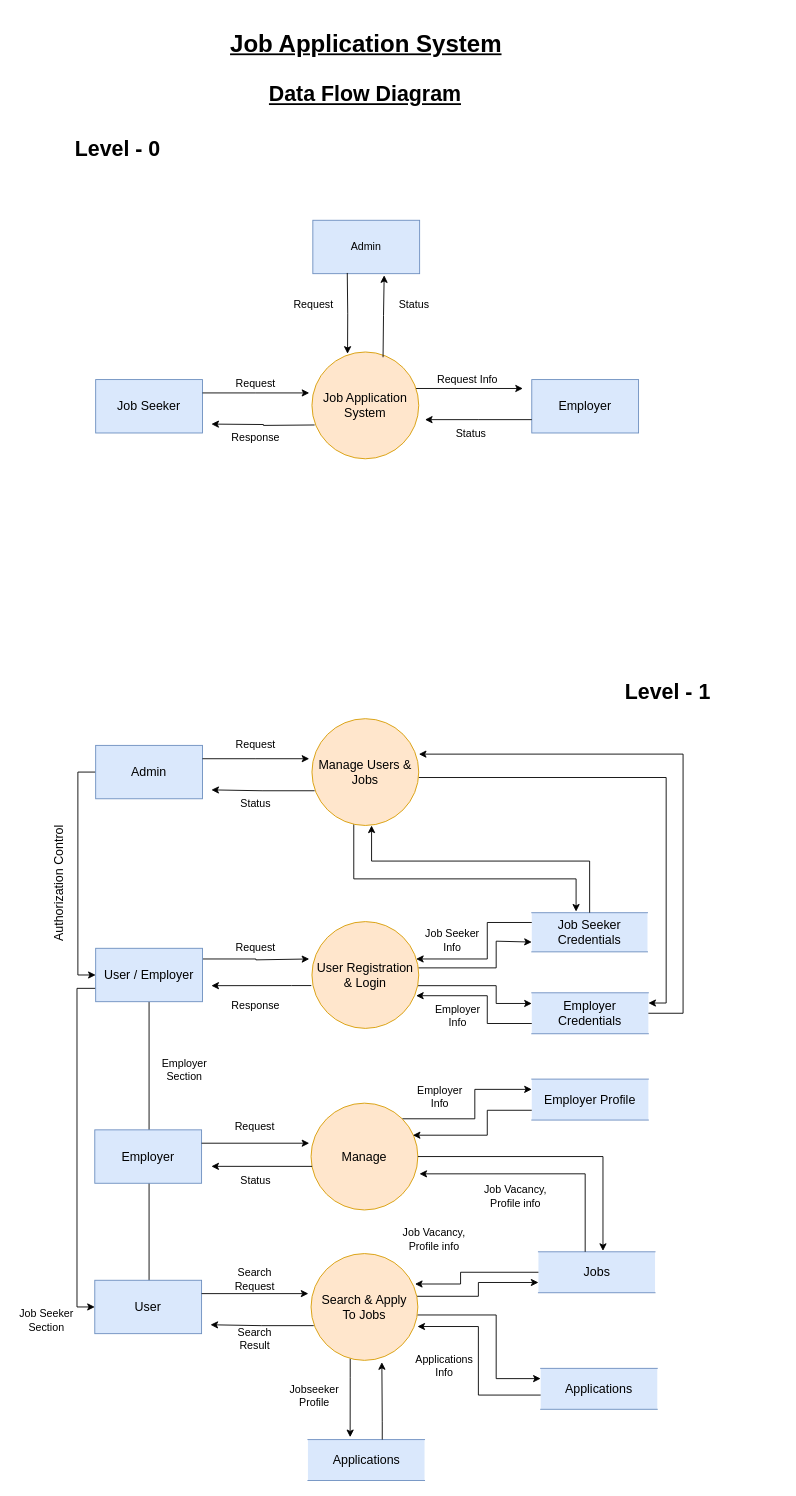
Earlier version of the draw.io diagram page "DFD" (1 of 2) of Job Management System.drawio (ramancodes/Diagrams). Source tidied: cells renumbered, new cells numbered last; positions are measured from the earlier drawing's top-left corner, leaving out a move shared by most shapes. Both pictures are drawn from the tidied source at 89%, with x=0, y=0 at pixel (-4, 24).
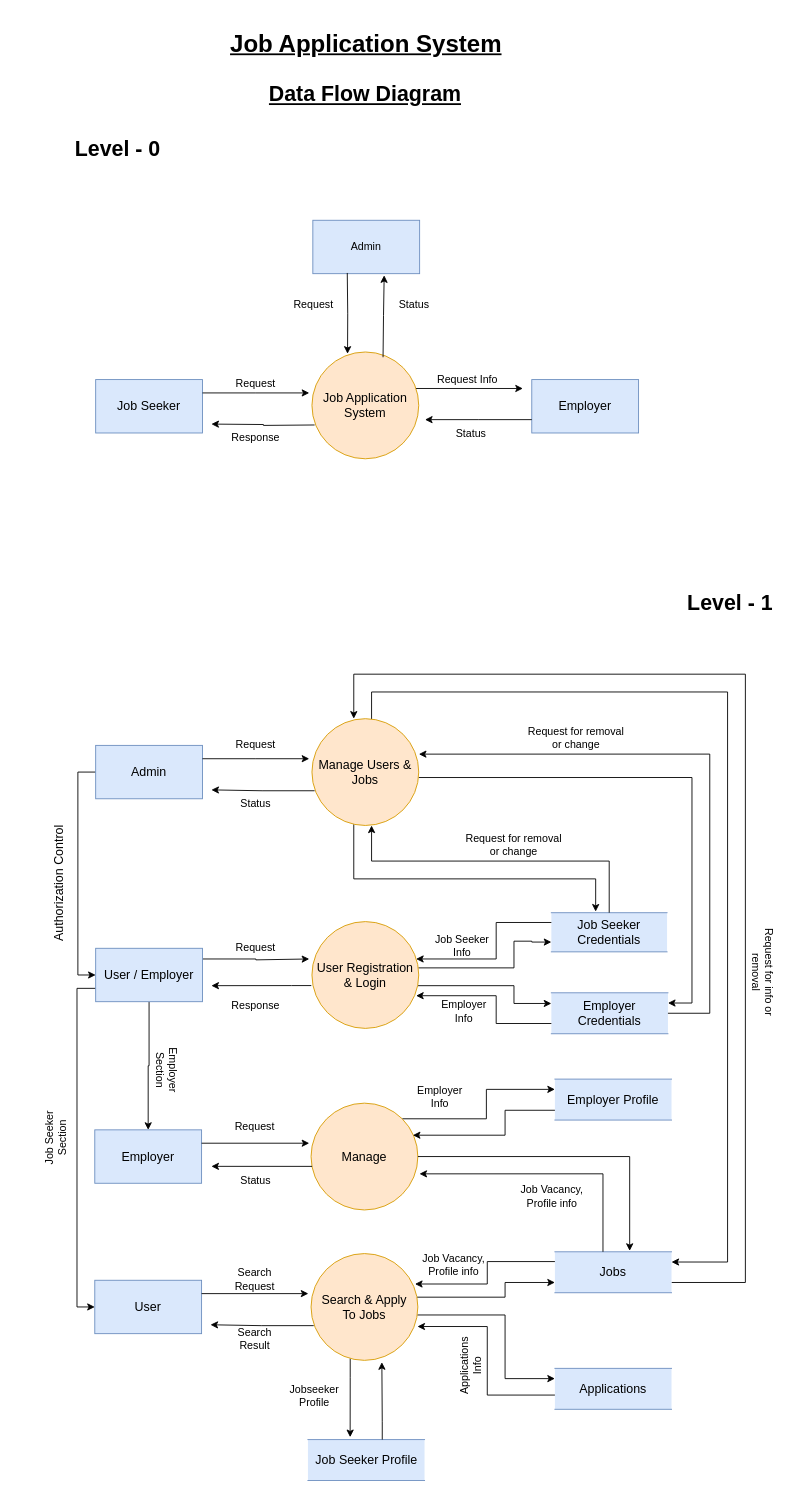
After the change.

The change refers to these unchanged cells:
```xml
<mxCell id="20" value="&lt;span style=&quot;font-size: 14px;&quot;&gt;User / Employer&lt;/span&gt;" style="rounded=0;whiteSpace=wrap;html=1;fillColor=#dae8fc;strokeColor=#6c8ebf;" parent="1" vertex="1">
  <mxGeometry x="111" y="1038" width="120" height="60" as="geometry" />
</mxCell>
<mxCell id="24" value="&lt;span style=&quot;font-size: 14px;&quot;&gt;User Registration &amp;amp; Login&lt;/span&gt;" style="ellipse;whiteSpace=wrap;html=1;fillColor=#ffe6cc;strokeColor=#d79b00;" parent="1" vertex="1">
  <mxGeometry x="354" y="1008" width="120" height="120" as="geometry" />
</mxCell>
<mxCell id="33" value="&lt;span style=&quot;font-size: 14px;&quot;&gt;Search &amp;amp; Apply &lt;br&gt;To Jobs&lt;/span&gt;" style="ellipse;whiteSpace=wrap;html=1;fillColor=#ffe6cc;strokeColor=#d79b00;" parent="1" vertex="1">
  <mxGeometry x="353" y="1381" width="120" height="120" as="geometry" />
</mxCell>
<mxCell id="44" value="&lt;span style=&quot;font-size: 14px;&quot;&gt;Manage Users &amp;amp; Jobs&lt;/span&gt;" style="ellipse;whiteSpace=wrap;html=1;fillColor=#ffe6cc;strokeColor=#d79b00;" parent="1" vertex="1">
  <mxGeometry x="354" y="780" width="120" height="120" as="geometry" />
</mxCell>
<mxCell id="54" value="&lt;span style=&quot;font-size: 14px;&quot;&gt;Employer&lt;/span&gt;" style="rounded=0;whiteSpace=wrap;html=1;fillColor=#dae8fc;strokeColor=#6c8ebf;" parent="1" vertex="1">
  <mxGeometry x="110" y="1242" width="120" height="60" as="geometry" />
</mxCell>
<mxCell id="56" value="&lt;span style=&quot;font-size: 14px;&quot;&gt;Manage&lt;/span&gt;" style="ellipse;whiteSpace=wrap;html=1;fillColor=#ffe6cc;strokeColor=#d79b00;" parent="1" vertex="1">
  <mxGeometry x="353" y="1212" width="120" height="120" as="geometry" />
</mxCell>
```

The edit, as a diff of the source:
```diff
@@
     <mxCell id="16" value="&lt;h1&gt;Level - 1&lt;/h1&gt;" style="text;html=1;strokeColor=none;fillColor=none;spacing=5;spacingTop=-20;whiteSpace=wrap;overflow=hidden;rounded=0;" parent="1" vertex="1">
-      <mxGeometry x="701" y="730" width="110" height="40" as="geometry" />
+      <mxGeometry x="771" y="630" width="110" height="40" as="geometry" />
     </mxCell>
-    <mxCell id="17" style="edgeStyle=orthogonalEdgeStyle;rounded=0;jettySize=auto;html=1;exitX=0.5;exitY=1;exitDx=0;exitDy=0;" parent="1" edge="1" source="20">
-      <mxGeometry relative="1" as="geometry">
-        <mxPoint x="171" y="1421" as="targetPoint" />
-      </mxGeometry>
-    </mxCell>
@@
+    <mxCell id="83" style="edgeStyle=orthogonalEdgeStyle;rounded=0;jettySize=auto;html=1;" parent="1" edge="1" source="20" target="54">
+      <mxGeometry relative="1" as="geometry" />
+    </mxCell>
@@
     <mxCell id="21" style="edgeStyle=orthogonalEdgeStyle;rounded=0;jettySize=auto;html=1;entryX=0;entryY=0.75;entryDx=0;entryDy=0;" parent="1" edge="1" source="24" target="64">
       <mxGeometry relative="1" as="geometry">
         <Array as="points">
-          <mxPoint x="561" y="1060" />
-          <mxPoint x="561" y="1030" />
+          <mxPoint x="581" y="1060" />
+          <mxPoint x="581" y="1030" />
           <mxPoint x="601" y="1030" />
         </Array>
       </mxGeometry>
     </mxCell>
     <mxCell id="22" style="edgeStyle=orthogonalEdgeStyle;rounded=0;jettySize=auto;html=1;entryX=0;entryY=0.261;entryDx=0;entryDy=0;entryPerimeter=0;" parent="1" edge="1" source="24" target="65">
       <mxGeometry relative="1" as="geometry">
         <Array as="points">
-          <mxPoint x="561" y="1080" />
-          <mxPoint x="561" y="1100" />
+          <mxPoint x="581" y="1080" />
+          <mxPoint x="581" y="1100" />
         </Array>
       </mxGeometry>
     </mxCell>
@@
     <mxCell id="27" value="Job Seeker Info" style="text;html=1;strokeColor=none;fillColor=none;align=center;verticalAlign=middle;whiteSpace=wrap;rounded=0;" parent="1" vertex="1">
-      <mxGeometry x="476" y="1014" width="72" height="30" as="geometry" />
+      <mxGeometry x="487" y="1020" width="72" height="30" as="geometry" />
     </mxCell>
     <mxCell id="28" value="Employer Info" style="text;html=1;strokeColor=none;fillColor=none;align=center;verticalAlign=middle;whiteSpace=wrap;rounded=0;" parent="1" vertex="1">
-      <mxGeometry x="488" y="1099" width="60" height="30" as="geometry" />
+      <mxGeometry x="495" y="1094" width="60" height="30" as="geometry" />
     </mxCell>
@@
     <mxCell id="30" style="edgeStyle=orthogonalEdgeStyle;rounded=0;jettySize=auto;html=1;entryX=0;entryY=0.75;entryDx=0;entryDy=0;" parent="1" edge="1" source="33" target="67">
       <mxGeometry relative="1" as="geometry">
         <Array as="points">
-          <mxPoint x="541" y="1429" />
-          <mxPoint x="541" y="1414" />
+          <mxPoint x="571" y="1430" />
+          <mxPoint x="571" y="1413" />
         </Array>
       </mxGeometry>
     </mxCell>
     <mxCell id="31" style="edgeStyle=orthogonalEdgeStyle;rounded=0;jettySize=auto;html=1;entryX=0;entryY=0.25;entryDx=0;entryDy=0;" parent="1" edge="1" source="33" target="68">
       <mxGeometry relative="1" as="geometry">
         <Array as="points">
-          <mxPoint x="561" y="1450" />
-          <mxPoint x="561" y="1522" />
+          <mxPoint x="571" y="1450" />
+          <mxPoint x="571" y="1521" />
         </Array>
       </mxGeometry>
     </mxCell>
@@
-    <mxCell id="38" value="Applications Info" style="text;html=1;strokeColor=none;fillColor=none;align=center;verticalAlign=middle;whiteSpace=wrap;rounded=0;" parent="1" vertex="1">
-      <mxGeometry x="467" y="1492" width="72" height="30" as="geometry" />
+    <mxCell id="38" value="Applications Info" style="text;html=1;strokeColor=none;fillColor=none;align=center;verticalAlign=middle;whiteSpace=wrap;rounded=0;rotation=270;" parent="1" vertex="1">
+      <mxGeometry x="497" y="1492" width="72" height="30" as="geometry" />
     </mxCell>
     <mxCell id="39" value="Job Vacancy, Profile info" style="text;html=1;strokeColor=none;fillColor=none;align=center;verticalAlign=middle;whiteSpace=wrap;rounded=0;" parent="1" vertex="1">
-      <mxGeometry x="451" y="1350" width="81" height="30" as="geometry" />
+      <mxGeometry x="473" y="1379" width="81" height="30" as="geometry" />
     </mxCell>
@@
     <mxCell id="42" style="edgeStyle=orthogonalEdgeStyle;rounded=0;jettySize=auto;html=1;entryX=0.383;entryY=-0.028;entryDx=0;entryDy=0;entryPerimeter=0;" parent="1" edge="1" source="44" target="64">
       <mxGeometry relative="1" as="geometry">
         <Array as="points">
           <mxPoint x="401" y="960" />
-          <mxPoint x="651" y="960" />
+          <mxPoint x="673" y="960" />
         </Array>
       </mxGeometry>
     </mxCell>
     <mxCell id="43" style="edgeStyle=orthogonalEdgeStyle;rounded=0;jettySize=auto;html=1;entryX=1;entryY=0.25;entryDx=0;entryDy=0;exitX=0.999;exitY=0.551;exitDx=0;exitDy=0;exitPerimeter=0;" parent="1" edge="1" source="44" target="65">
       <mxGeometry relative="1" as="geometry">
         <Array as="points">
-          <mxPoint x="752" y="846" />
-          <mxPoint x="752" y="1100" />
+          <mxPoint x="781" y="846" />
+          <mxPoint x="781" y="1100" />
         </Array>
       </mxGeometry>
     </mxCell>
+    <mxCell id="84" style="edgeStyle=orthogonalEdgeStyle;rounded=0;jettySize=auto;html=1;entryX=1;entryY=0.25;entryDx=0;entryDy=0;" parent="1" edge="1" source="44" target="67">
+      <mxGeometry relative="1" as="geometry">
+        <Array as="points">
+          <mxPoint x="421" y="750" />
+          <mxPoint x="821" y="750" />
+          <mxPoint x="821" y="1390" />
+        </Array>
+      </mxGeometry>
+    </mxCell>
@@
     <mxCell id="60" value="Job Vacancy, Profile info" style="text;html=1;strokeColor=none;fillColor=none;align=center;verticalAlign=middle;whiteSpace=wrap;rounded=0;" parent="1" vertex="1">
-      <mxGeometry x="539" y="1302" width="88" height="30" as="geometry" />
+      <mxGeometry x="580" y="1302" width="88" height="30" as="geometry" />
     </mxCell>
@@
-    <mxCell id="63" value="Employer Section" style="text;html=1;strokeColor=none;fillColor=none;align=center;verticalAlign=middle;whiteSpace=wrap;rounded=0;" parent="1" vertex="1">
-      <mxGeometry x="181" y="1160" width="60" height="30" as="geometry" />
+    <mxCell id="63" value="Employer Section" style="text;html=1;strokeColor=none;fillColor=none;align=center;verticalAlign=middle;whiteSpace=wrap;rounded=0;rotation=90;" parent="1" vertex="1">
+      <mxGeometry x="161" y="1160" width="60" height="30" as="geometry" />
     </mxCell>
     <mxCell id="64" value="&lt;font style=&quot;font-size: 14px;&quot;&gt;Job Seeker Credentials&lt;/font&gt;" style="html=1;dashed=0;whiteSpace=wrap;shape=partialRectangle;right=0;left=0;fillColor=#dae8fc;strokeColor=#6c8ebf;" parent="1" vertex="1">
-      <mxGeometry x="601" y="998" width="130" height="44" as="geometry" />
+      <mxGeometry x="623" y="998" width="130" height="44" as="geometry" />
     </mxCell>
     <mxCell id="65" value="&lt;font style=&quot;font-size: 14px;&quot;&gt;Employer Credentials&lt;/font&gt;" style="html=1;dashed=0;whiteSpace=wrap;shape=partialRectangle;right=0;left=0;fillColor=#dae8fc;strokeColor=#6c8ebf;" parent="1" vertex="1">
-      <mxGeometry x="601" y="1088" width="131" height="46" as="geometry" />
+      <mxGeometry x="623" y="1088" width="131" height="46" as="geometry" />
     </mxCell>
     <mxCell id="66" value="&lt;font style=&quot;font-size: 14px;&quot;&gt;Employer Profile&lt;/font&gt;" style="html=1;dashed=0;whiteSpace=wrap;shape=partialRectangle;right=0;left=0;fillColor=#dae8fc;strokeColor=#6c8ebf;" parent="1" vertex="1">
-      <mxGeometry x="601" y="1185" width="131" height="46" as="geometry" />
+      <mxGeometry x="627" y="1185" width="131" height="46" as="geometry" />
     </mxCell>
+    <mxCell id="85" style="edgeStyle=orthogonalEdgeStyle;rounded=0;jettySize=auto;html=1;exitX=1;exitY=0.75;exitDx=0;exitDy=0;" parent="1" edge="1" source="67">
+      <mxGeometry relative="1" as="geometry">
+        <mxPoint x="401" y="780" as="targetPoint" />
+        <Array as="points">
+          <mxPoint x="841" y="1414" />
+          <mxPoint x="841" y="730" />
+          <mxPoint x="401" y="730" />
+          <mxPoint x="401" y="780" />
+        </Array>
+      </mxGeometry>
+    </mxCell>
     <mxCell id="67" value="&lt;font style=&quot;font-size: 14px;&quot;&gt;Jobs&lt;/font&gt;" style="html=1;dashed=0;whiteSpace=wrap;shape=partialRectangle;right=0;left=0;fillColor=#dae8fc;strokeColor=#6c8ebf;" parent="1" vertex="1">
-      <mxGeometry x="608.5" y="1379" width="131" height="46" as="geometry" />
+      <mxGeometry x="627" y="1379" width="131" height="46" as="geometry" />
     </mxCell>
     <mxCell id="68" value="&lt;font style=&quot;font-size: 14px;&quot;&gt;Applications&lt;/font&gt;" style="html=1;dashed=0;whiteSpace=wrap;shape=partialRectangle;right=0;left=0;fillColor=#dae8fc;strokeColor=#6c8ebf;" parent="1" vertex="1">
-      <mxGeometry x="611" y="1510" width="131" height="46" as="geometry" />
+      <mxGeometry x="627" y="1510" width="131" height="46" as="geometry" />
     </mxCell>
-    <mxCell id="69" value="Job Seeker Section" style="text;html=1;strokeColor=none;fillColor=none;align=center;verticalAlign=middle;whiteSpace=wrap;rounded=0;" parent="1" vertex="1">
-      <mxGeometry x="21" y="1441" width="70" height="30" as="geometry" />
+    <mxCell id="69" value="Job Seeker Section" style="text;html=1;strokeColor=none;fillColor=none;align=center;verticalAlign=middle;whiteSpace=wrap;rounded=0;rotation=270;" parent="1" vertex="1">
+      <mxGeometry x="31" y="1236" width="70" height="30" as="geometry" />
     </mxCell>
@@
     <mxCell id="71" style="edgeStyle=orthogonalEdgeStyle;rounded=0;jettySize=auto;html=1;exitX=0.5;exitY=0;exitDx=0;exitDy=0;" parent="1" edge="1" source="64">
       <mxGeometry relative="1" as="geometry">
         <mxPoint x="421" y="900" as="targetPoint" />
         <Array as="points">
-          <mxPoint x="666" y="940" />
+          <mxPoint x="688" y="940" />
           <mxPoint x="421" y="940" />
         </Array>
       </mxGeometry>
     </mxCell>
     <mxCell id="72" style="edgeStyle=orthogonalEdgeStyle;rounded=0;jettySize=auto;html=1;exitX=1;exitY=0.5;exitDx=0;exitDy=0;entryX=1.001;entryY=0.332;entryDx=0;entryDy=0;entryPerimeter=0;" parent="1" edge="1" source="65" target="44">
       <mxGeometry relative="1" as="geometry">
         <Array as="points">
-          <mxPoint x="771" y="1111" />
-          <mxPoint x="771" y="820" />
+          <mxPoint x="801" y="1111" />
+          <mxPoint x="801" y="820" />
         </Array>
       </mxGeometry>
     </mxCell>
     <mxCell id="73" style="edgeStyle=orthogonalEdgeStyle;rounded=0;jettySize=auto;html=1;" parent="1" edge="1" source="56">
       <mxGeometry relative="1" as="geometry">
-        <mxPoint x="681" y="1378" as="targetPoint" />
+        <mxPoint x="711" y="1378" as="targetPoint" />
         <Array as="points">
-          <mxPoint x="681" y="1272" />
-          <mxPoint x="681" y="1378" />
+          <mxPoint x="711" y="1272" />
+          <mxPoint x="711" y="1378" />
         </Array>
       </mxGeometry>
     </mxCell>
     <mxCell id="74" style="edgeStyle=orthogonalEdgeStyle;rounded=0;jettySize=auto;html=1;entryX=1.015;entryY=0.662;entryDx=0;entryDy=0;entryPerimeter=0;" parent="1" edge="1" source="67" target="56">
       <mxGeometry relative="1" as="geometry">
         <Array as="points">
-          <mxPoint x="661" y="1291" />
+          <mxPoint x="681" y="1291" />
         </Array>
       </mxGeometry>
     </mxCell>
     <mxCell id="75" style="edgeStyle=orthogonalEdgeStyle;rounded=0;jettySize=auto;html=1;entryX=0.973;entryY=0.285;entryDx=0;entryDy=0;entryPerimeter=0;" parent="1" edge="1" source="67" target="33">
       <mxGeometry relative="1" as="geometry">
         <Array as="points">
-          <mxPoint x="521" y="1402" />
-          <mxPoint x="521" y="1415" />
+          <mxPoint x="551" y="1390" />
+          <mxPoint x="551" y="1415" />
         </Array>
       </mxGeometry>
     </mxCell>
     <mxCell id="76" style="edgeStyle=orthogonalEdgeStyle;rounded=0;jettySize=auto;html=1;exitX=0;exitY=0.25;exitDx=0;exitDy=0;entryX=0.975;entryY=0.35;entryDx=0;entryDy=0;entryPerimeter=0;" parent="1" edge="1" source="64" target="24">
       <mxGeometry relative="1" as="geometry">
         <Array as="points">
-          <mxPoint x="551" y="1009" />
-          <mxPoint x="551" y="1050" />
+          <mxPoint x="561" y="1009" />
+          <mxPoint x="561" y="1050" />
         </Array>
       </mxGeometry>
     </mxCell>
     <mxCell id="77" style="edgeStyle=orthogonalEdgeStyle;rounded=0;jettySize=auto;html=1;exitX=0;exitY=0.75;exitDx=0;exitDy=0;entryX=0.975;entryY=0.694;entryDx=0;entryDy=0;entryPerimeter=0;" parent="1" edge="1" source="65" target="24">
       <mxGeometry relative="1" as="geometry">
         <Array as="points">
-          <mxPoint x="551" y="1123" />
-          <mxPoint x="551" y="1091" />
+          <mxPoint x="561" y="1122" />
+          <mxPoint x="561" y="1091" />
         </Array>
       </mxGeometry>
     </mxCell>
     <mxCell id="78" style="edgeStyle=orthogonalEdgeStyle;rounded=0;jettySize=auto;html=1;entryX=0.953;entryY=0.3;entryDx=0;entryDy=0;entryPerimeter=0;" parent="1" edge="1" source="66" target="56">
       <mxGeometry relative="1" as="geometry">
         <Array as="points">
-          <mxPoint x="551" y="1220" />
-          <mxPoint x="551" y="1248" />
+          <mxPoint x="571" y="1220" />
+          <mxPoint x="571" y="1248" />
         </Array>
       </mxGeometry>
     </mxCell>
     <mxCell id="79" style="edgeStyle=orthogonalEdgeStyle;rounded=0;jettySize=auto;html=1;entryX=0.996;entryY=0.683;entryDx=0;entryDy=0;entryPerimeter=0;" parent="1" edge="1" source="68" target="33">
       <mxGeometry relative="1" as="geometry">
         <Array as="points">
-          <mxPoint x="541" y="1540" />
-          <mxPoint x="541" y="1463" />
+          <mxPoint x="551" y="1540" />
+          <mxPoint x="551" y="1463" />
         </Array>
       </mxGeometry>
     </mxCell>
-    <mxCell id="80" value="&lt;font style=&quot;font-size: 14px;&quot;&gt;Applications&lt;/font&gt;" style="html=1;dashed=0;whiteSpace=wrap;shape=partialRectangle;right=0;left=0;fillColor=#dae8fc;strokeColor=#6c8ebf;" parent="1" vertex="1">
+    <mxCell id="80" value="&lt;font style=&quot;font-size: 14px;&quot;&gt;Job Seeker Profile&lt;/font&gt;" style="html=1;dashed=0;whiteSpace=wrap;shape=partialRectangle;right=0;left=0;fillColor=#dae8fc;strokeColor=#6c8ebf;" parent="1" vertex="1">
       <mxGeometry x="349.5" y="1590" width="131" height="46" as="geometry" />
     </mxCell>
@@
+    <mxCell id="86" value="Request for removal or change" style="text;html=1;strokeColor=none;fillColor=none;align=center;verticalAlign=middle;whiteSpace=wrap;rounded=0;" parent="1" vertex="1">
+      <mxGeometry x="521" y="907" width="120" height="30" as="geometry" />
+    </mxCell>
+    <mxCell id="87" value="Request for removal or change" style="text;html=1;strokeColor=none;fillColor=none;align=center;verticalAlign=middle;whiteSpace=wrap;rounded=0;" parent="1" vertex="1">
+      <mxGeometry x="591" y="787" width="120" height="30" as="geometry" />
+    </mxCell>
+    <mxCell id="88" value="Request for info or &lt;br&gt;removal" style="text;html=1;strokeColor=none;fillColor=none;align=center;verticalAlign=middle;whiteSpace=wrap;rounded=0;rotation=90;" parent="1" vertex="1">
+      <mxGeometry x="801" y="1050" width="120" height="30" as="geometry" />
+    </mxCell>
```
